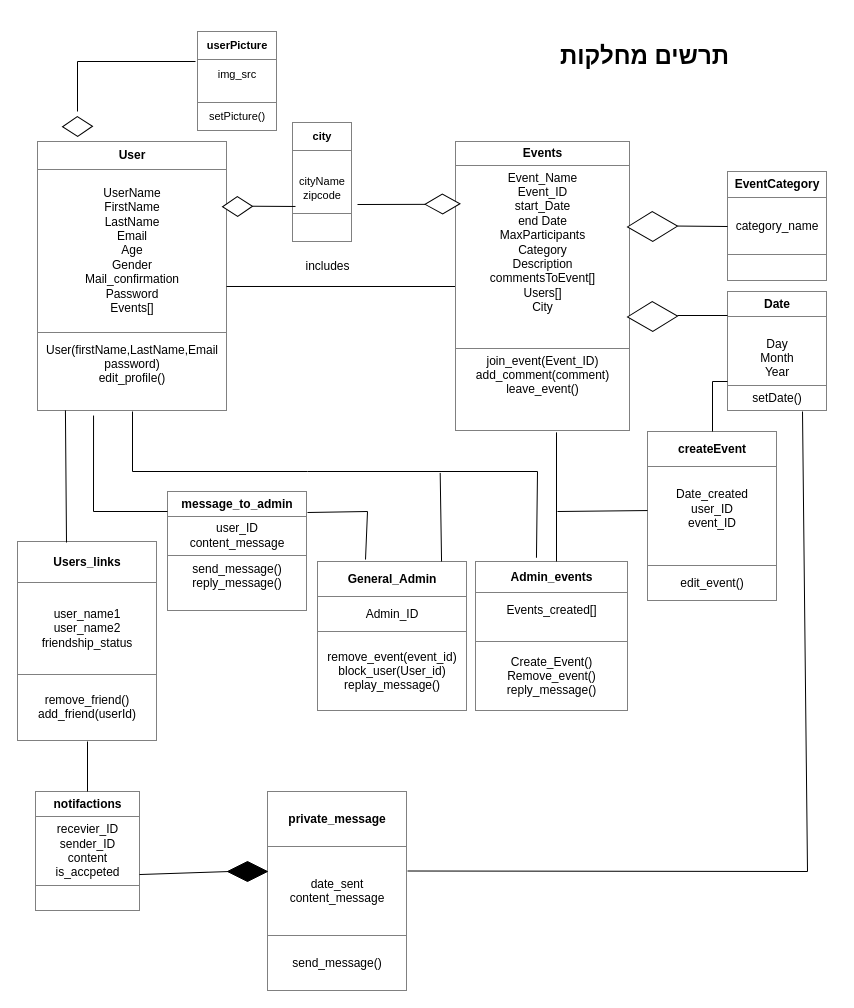
NeoZi12/NeoAndLeon keeps this draw.io diagram as classDiagram.drawio. Above is the earlier version. Source tidied: cells renumbered, new cells numbered last; positions are measured from the earlier drawing's top-left corner, leaving out a move shared by most shapes. Both pictures are drawn from the tidied source at 100%, with x=0, y=0 at pixel (17, 31).
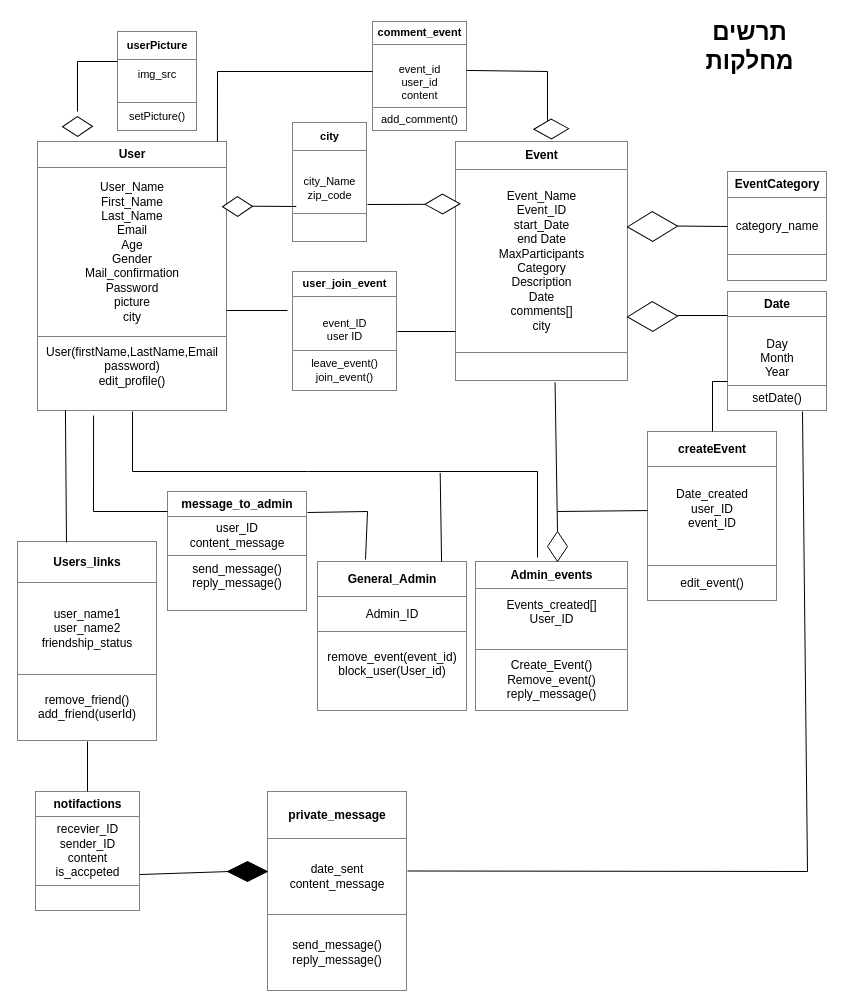
The same diagram, later.

Unchanged cells that the change refers to:
```xml
<mxCell id="13" style="rhombus;whiteSpace=wrap;html=1;rotation=89;" parent="1" vertex="1">
  <mxGeometry x="415" y="155.1" width="20" height="34.9" as="geometry" />
</mxCell>
```

Diff of the diagram source:
```diff
@@
     <mxCell id="2" value="&lt;b&gt;&lt;font style=&quot;font-size: 24px;&quot;&gt;תרשים מחלקות&lt;/font&gt;&lt;/b&gt;" style="text;html=1;align=center;verticalAlign=middle;whiteSpace=wrap;rounded=0;" parent="1" vertex="1">
-      <mxGeometry x="435" y="10" width="385" height="30" as="geometry" />
+      <mxGeometry x="650" width="165" height="30" as="geometry" />
     </mxCell>
-    <mxCell id="3" value="&lt;table border=&quot;1&quot; width=&quot;100%&quot; height=&quot;100%&quot; cellpadding=&quot;4&quot; style=&quot;width:100%;height:100%;border-collapse:collapse;&quot;&gt;&lt;tbody&gt;&lt;tr&gt;&lt;th align=&quot;center&quot;&gt;User&lt;/th&gt;&lt;/tr&gt;&lt;tr&gt;&lt;td align=&quot;center&quot;&gt;UserName&lt;br&gt;FirstName&lt;br&gt;LastName&lt;br&gt;Email&lt;br&gt;Age&lt;br&gt;Gender&lt;br&gt;Mail_confirmation&lt;br&gt;Password&lt;br&gt;Events[]&lt;/td&gt;&lt;/tr&gt;&lt;tr&gt;&lt;td align=&quot;center&quot;&gt;User(firstName,LastName,Email&lt;br&gt;password)&lt;br&gt;edit_profile()&lt;br&gt;&lt;br&gt;&lt;/td&gt;&lt;/tr&gt;&lt;/tbody&gt;&lt;/table&gt;" style="text;html=1;whiteSpace=wrap;strokeColor=none;fillColor=none;overflow=fill;" parent="1" vertex="1">
+    <mxCell id="3" value="&lt;table border=&quot;1&quot; width=&quot;100%&quot; height=&quot;100%&quot; cellpadding=&quot;4&quot; style=&quot;width:100%;height:100%;border-collapse:collapse;&quot;&gt;&lt;tbody&gt;&lt;tr&gt;&lt;th align=&quot;center&quot;&gt;User&lt;/th&gt;&lt;/tr&gt;&lt;tr&gt;&lt;td align=&quot;center&quot;&gt;User_Name&lt;br&gt;First_Name&lt;br&gt;Last_Name&lt;br&gt;Email&lt;br&gt;Age&lt;br&gt;Gender&lt;br&gt;Mail_confirmation&lt;br&gt;Password&lt;br&gt;picture&lt;br&gt;city&lt;/td&gt;&lt;/tr&gt;&lt;tr&gt;&lt;td align=&quot;center&quot;&gt;User(firstName,LastName,Email&lt;br&gt;password)&lt;br&gt;edit_profile()&lt;br&gt;&lt;br&gt;&lt;/td&gt;&lt;/tr&gt;&lt;/tbody&gt;&lt;/table&gt;" style="text;html=1;whiteSpace=wrap;strokeColor=none;fillColor=none;overflow=fill;" parent="1" vertex="1">
       <mxGeometry x="20" y="110" width="190" height="270" as="geometry" />
     </mxCell>
-    <mxCell id="4" value="&lt;table border=&quot;1&quot; width=&quot;100%&quot; height=&quot;100%&quot; cellpadding=&quot;4&quot; style=&quot;width:100%;height:100%;border-collapse:collapse;&quot;&gt;&lt;tbody&gt;&lt;tr&gt;&lt;th align=&quot;center&quot;&gt;Admin_events&lt;/th&gt;&lt;/tr&gt;&lt;tr&gt;&lt;td align=&quot;center&quot;&gt;Events_created[]&lt;br&gt;&lt;br&gt;&lt;/td&gt;&lt;/tr&gt;&lt;tr&gt;&lt;td align=&quot;center&quot;&gt;Create_Event()&lt;br&gt;Remove_event()&lt;br&gt;reply_message()&lt;/td&gt;&lt;/tr&gt;&lt;/tbody&gt;&lt;/table&gt;" style="text;html=1;whiteSpace=wrap;strokeColor=none;fillColor=none;overflow=fill;" parent="1" vertex="1">
+    <mxCell id="4" value="&lt;table border=&quot;1&quot; width=&quot;100%&quot; height=&quot;100%&quot; cellpadding=&quot;4&quot; style=&quot;width:100%;height:100%;border-collapse:collapse;&quot;&gt;&lt;tbody&gt;&lt;tr&gt;&lt;th align=&quot;center&quot;&gt;Admin_events&lt;/th&gt;&lt;/tr&gt;&lt;tr&gt;&lt;td align=&quot;center&quot;&gt;Events_created[]&lt;br&gt;User_ID&lt;br&gt;&lt;br&gt;&lt;/td&gt;&lt;/tr&gt;&lt;tr&gt;&lt;td align=&quot;center&quot;&gt;Create_Event()&lt;br&gt;Remove_event()&lt;br&gt;reply_message()&lt;/td&gt;&lt;/tr&gt;&lt;/tbody&gt;&lt;/table&gt;" style="text;html=1;whiteSpace=wrap;strokeColor=none;fillColor=none;overflow=fill;" parent="1" vertex="1">
       <mxGeometry x="457.5" y="530" width="152.5" height="150" as="geometry" />
     </mxCell>
-    <mxCell id="5" value="&lt;table border=&quot;1&quot; width=&quot;100%&quot; height=&quot;100%&quot; cellpadding=&quot;4&quot; style=&quot;width:100%;height:100%;border-collapse:collapse;&quot;&gt;&lt;tbody&gt;&lt;tr&gt;&lt;th align=&quot;center&quot;&gt;Events&lt;/th&gt;&lt;/tr&gt;&lt;tr&gt;&lt;td align=&quot;center&quot;&gt;Event_Name&lt;br&gt;Event_ID&lt;br&gt;start_Date&lt;br&gt;end Date&lt;br&gt;MaxParticipants&lt;br&gt;Category&lt;br&gt;Description&lt;br&gt;commentsToEvent[]&lt;br&gt;Users[]&lt;br&gt;City&lt;br&gt;&lt;br&gt;&lt;br&gt;&lt;/td&gt;&lt;/tr&gt;&lt;tr&gt;&lt;td align=&quot;center&quot;&gt;join_event(Event_ID)&lt;br&gt;add_comment(comment)&lt;br&gt;leave_event()&lt;br&gt;&lt;br&gt;&lt;br&gt;&lt;/td&gt;&lt;/tr&gt;&lt;/tbody&gt;&lt;/table&gt;" style="text;html=1;whiteSpace=wrap;strokeColor=none;fillColor=none;overflow=fill;" parent="1" vertex="1">
-      <mxGeometry x="437.5" y="110" width="175" height="290" as="geometry" />
+    <mxCell id="5" value="&lt;table border=&quot;1&quot; width=&quot;100%&quot; height=&quot;100%&quot; cellpadding=&quot;4&quot; style=&quot;width:100%;height:100%;border-collapse:collapse;&quot;&gt;&lt;tbody&gt;&lt;tr&gt;&lt;th align=&quot;center&quot;&gt;Event&lt;/th&gt;&lt;/tr&gt;&lt;tr&gt;&lt;td align=&quot;center&quot;&gt;Event_Name&lt;br&gt;Event_ID&lt;br&gt;start_Date&lt;br&gt;end Date&lt;br&gt;MaxParticipants&lt;br&gt;Category&lt;br&gt;Description&lt;br&gt;Date&lt;br&gt;comments[]&lt;br&gt;city&lt;/td&gt;&lt;/tr&gt;&lt;tr&gt;&lt;td align=&quot;center&quot;&gt;&lt;br&gt;&lt;/td&gt;&lt;/tr&gt;&lt;/tbody&gt;&lt;/table&gt;" style="text;html=1;whiteSpace=wrap;strokeColor=none;fillColor=none;overflow=fill;" parent="1" vertex="1">
+      <mxGeometry x="437.5" y="110" width="172.5" height="240" as="geometry" />
     </mxCell>
-    <mxCell id="6" value="&lt;table border=&quot;1&quot; width=&quot;100%&quot; height=&quot;100%&quot; cellpadding=&quot;4&quot; style=&quot;width:100%;height:100%;border-collapse:collapse;&quot;&gt;&lt;tbody&gt;&lt;tr&gt;&lt;th align=&quot;center&quot;&gt;General_Admin&lt;/th&gt;&lt;/tr&gt;&lt;tr&gt;&lt;td align=&quot;center&quot;&gt;Admin_ID&lt;/td&gt;&lt;/tr&gt;&lt;tr&gt;&lt;td align=&quot;center&quot;&gt;remove_event(event_id)&lt;br&gt;block_user(User_id)&lt;br&gt;replay_message()&lt;/td&gt;&lt;/tr&gt;&lt;/tbody&gt;&lt;/table&gt;" style="text;html=1;whiteSpace=wrap;strokeColor=none;fillColor=none;overflow=fill;" parent="1" vertex="1">
+    <mxCell id="6" value="&lt;table border=&quot;1&quot; width=&quot;100%&quot; height=&quot;100%&quot; cellpadding=&quot;4&quot; style=&quot;width:100%;height:100%;border-collapse:collapse;&quot;&gt;&lt;tbody&gt;&lt;tr&gt;&lt;th align=&quot;center&quot;&gt;General_Admin&lt;/th&gt;&lt;/tr&gt;&lt;tr&gt;&lt;td align=&quot;center&quot;&gt;Admin_ID&lt;/td&gt;&lt;/tr&gt;&lt;tr&gt;&lt;td align=&quot;center&quot;&gt;remove_event(event_id)&lt;br&gt;block_user(User_id)&lt;br&gt;&lt;br&gt;&lt;/td&gt;&lt;/tr&gt;&lt;/tbody&gt;&lt;/table&gt;" style="text;html=1;whiteSpace=wrap;strokeColor=none;fillColor=none;overflow=fill;" parent="1" vertex="1">
       <mxGeometry x="300" y="530" width="150" height="150" as="geometry" />
     </mxCell>
-    <mxCell id="7" value="includes" style="text;html=1;align=center;verticalAlign=middle;strokeColor=none;fillColor=none;" parent="1" vertex="1">
-      <mxGeometry x="275" y="220" width="70" height="30" as="geometry" />
-    </mxCell>
-    <mxCell id="8" style="endArrow=none;html=1;rounded=0;entryX=0;entryY=0.5;entryDx=0;entryDy=0;exitX=0.995;exitY=0.537;exitDx=0;exitDy=0;exitPerimeter=0;" parent="1" edge="1" source="3" target="5">
-      <mxGeometry relative="1" as="geometry" />
+    <mxCell id="8" style="endArrow=none;html=1;rounded=0;exitX=1;exitY=0.5;exitDx=0;exitDy=0;" parent="1" edge="1" source="41">
+      <mxGeometry relative="1" as="geometry">
+        <mxPoint x="438" y="300" as="targetPoint" />
+      </mxGeometry>
     </mxCell>
@@
-    <mxCell id="10" value="&lt;table style=&quot;width:100%;height:100%;border-collapse:collapse;&quot; cellpadding=&quot;4&quot; height=&quot;100%&quot; width=&quot;100%&quot; border=&quot;1&quot;&gt;&lt;tbody&gt;&lt;tr&gt;&lt;th align=&quot;center&quot;&gt;city&lt;/th&gt;&lt;/tr&gt;&lt;tr&gt;&lt;td align=&quot;center&quot;&gt;&lt;br&gt;cityName&lt;br&gt;zipcode&lt;br&gt;&lt;/td&gt;&lt;/tr&gt;&lt;tr&gt;&lt;td align=&quot;center&quot;&gt;&lt;br&gt;&lt;/td&gt;&lt;/tr&gt;&lt;/tbody&gt;&lt;/table&gt;" style="text;html=1;whiteSpace=wrap;strokeColor=none;fillColor=none;overflow=fill;fontSize=11;" parent="1" vertex="1">
-      <mxGeometry x="275" y="90.5" width="60" height="120" as="geometry" />
+    <mxCell id="10" value="&lt;table style=&quot;width:100%;height:100%;border-collapse:collapse;&quot; cellpadding=&quot;4&quot; height=&quot;100%&quot; width=&quot;100%&quot; border=&quot;1&quot;&gt;&lt;tbody&gt;&lt;tr&gt;&lt;th align=&quot;center&quot;&gt;city&lt;/th&gt;&lt;/tr&gt;&lt;tr&gt;&lt;td align=&quot;center&quot;&gt;&lt;br&gt;city_Name&lt;br&gt;zip_code&lt;br&gt;&lt;/td&gt;&lt;/tr&gt;&lt;tr&gt;&lt;td align=&quot;center&quot;&gt;&lt;br&gt;&lt;/td&gt;&lt;/tr&gt;&lt;/tbody&gt;&lt;/table&gt;" style="text;html=1;whiteSpace=wrap;strokeColor=none;fillColor=none;overflow=fill;fontSize=11;" parent="1" vertex="1">
+      <mxGeometry x="275" y="90.5" width="75" height="120" as="geometry" />
     </mxCell>
@@
     <mxCell id="16" style="endArrow=none;html=1;rounded=0;entryX=0.5;entryY=1;entryDx=0;entryDy=0;" parent="1" edge="1" target="13">
       <mxGeometry relative="1" as="geometry">
-        <mxPoint x="340" y="173" as="sourcePoint" />
+        <mxPoint x="350" y="173" as="sourcePoint" />
       </mxGeometry>
     </mxCell>
@@
-    <mxCell id="18" value="&lt;table border=&quot;1&quot; width=&quot;100%&quot; height=&quot;100%&quot; cellpadding=&quot;4&quot; style=&quot;width:100%;height:100%;border-collapse:collapse;&quot;&gt;&lt;tbody&gt;&lt;tr&gt;&lt;th align=&quot;center&quot;&gt;private_message&lt;/th&gt;&lt;/tr&gt;&lt;tr&gt;&lt;td align=&quot;center&quot;&gt;date_sent&lt;br&gt;content_message&lt;/td&gt;&lt;/tr&gt;&lt;tr&gt;&lt;td align=&quot;center&quot;&gt;send_message()&lt;/td&gt;&lt;/tr&gt;&lt;/tbody&gt;&lt;/table&gt;" style="text;html=1;whiteSpace=wrap;strokeColor=none;fillColor=none;overflow=fill;" parent="1" vertex="1">
+    <mxCell id="18" value="&lt;table border=&quot;1&quot; width=&quot;100%&quot; height=&quot;100%&quot; cellpadding=&quot;4&quot; style=&quot;width:100%;height:100%;border-collapse:collapse;&quot;&gt;&lt;tbody&gt;&lt;tr&gt;&lt;th align=&quot;center&quot;&gt;private_message&lt;/th&gt;&lt;/tr&gt;&lt;tr&gt;&lt;td align=&quot;center&quot;&gt;date_sent&lt;br&gt;content_message&lt;/td&gt;&lt;/tr&gt;&lt;tr&gt;&lt;td align=&quot;center&quot;&gt;send_message()&lt;br&gt;reply_message()&lt;/td&gt;&lt;/tr&gt;&lt;/tbody&gt;&lt;/table&gt;" style="text;html=1;whiteSpace=wrap;strokeColor=none;fillColor=none;overflow=fill;" parent="1" vertex="1">
       <mxGeometry x="250" y="760" width="140" height="200" as="geometry" />
     </mxCell>
     <mxCell id="19" value="&lt;table style=&quot;width:100%;height:100%;border-collapse:collapse;&quot; cellpadding=&quot;4&quot; height=&quot;100%&quot; width=&quot;100%&quot; border=&quot;1&quot;&gt;&lt;tbody&gt;&lt;tr&gt;&lt;th align=&quot;center&quot;&gt;userPicture&lt;/th&gt;&lt;/tr&gt;&lt;tr&gt;&lt;td align=&quot;center&quot;&gt;img_src&lt;br&gt;&lt;br&gt;&lt;/td&gt;&lt;/tr&gt;&lt;tr&gt;&lt;td align=&quot;center&quot;&gt;setPicture()&lt;/td&gt;&lt;/tr&gt;&lt;/tbody&gt;&lt;/table&gt;" style="text;html=1;whiteSpace=wrap;strokeColor=none;fillColor=none;overflow=fill;fontSize=11;" parent="1" vertex="1">
-      <mxGeometry x="180" width="80" height="100" as="geometry" />
+      <mxGeometry x="100" width="80" height="100" as="geometry" />
     </mxCell>
@@
     <mxCell id="21" style="endArrow=none;html=1;rounded=0;" parent="1" edge="1">
       <mxGeometry relative="1" as="geometry">
-        <mxPoint x="178" y="30" as="sourcePoint" />
+        <mxPoint x="100" y="30" as="sourcePoint" />
         <mxPoint x="60" y="80" as="targetPoint" />
         <Array as="points">
           <mxPoint x="60" y="30" />
         </Array>
       </mxGeometry>
     </mxCell>
@@
     <mxCell id="27" style="endArrow=none;html=1;rounded=0;entryX=0.58;entryY=1.003;entryDx=0;entryDy=0;entryPerimeter=0;" parent="1" edge="1" target="5">
       <mxGeometry relative="1" as="geometry">
-        <mxPoint x="539" y="530" as="sourcePoint" />
+        <mxPoint x="540" y="500" as="sourcePoint" />
       </mxGeometry>
     </mxCell>
@@
-    <mxCell id="29" style="endArrow=none;html=1;rounded=0;entryX=0.5;entryY=1;entryDx=0;entryDy=0;exitX=0.403;exitY=-0.025;exitDx=0;exitDy=0;exitPerimeter=0;" parent="1" edge="1" source="4" target="3">
+    <mxCell id="29" style="endArrow=none;html=1;rounded=0;entryX=0.5;entryY=1;entryDx=0;entryDy=0;" parent="1" edge="1" target="3">
       <mxGeometry relative="1" as="geometry">
+        <mxPoint x="520" y="526" as="sourcePoint" />
         <Array as="points">
           <mxPoint x="520" y="440" />
           <mxPoint x="290" y="440" />
           <mxPoint x="115" y="440" />
         </Array>
       </mxGeometry>
     </mxCell>
@@
+    <mxCell id="40" style="rhombus;whiteSpace=wrap;html=1;rotation=0;" parent="1" vertex="1">
+      <mxGeometry x="530" y="500" width="20" height="30" as="geometry" />
+    </mxCell>
+    <mxCell id="41" value="&lt;table style=&quot;width:100%;height:100%;border-collapse:collapse;&quot; cellpadding=&quot;4&quot; height=&quot;100%&quot; width=&quot;100%&quot; border=&quot;1&quot;&gt;&lt;tbody&gt;&lt;tr&gt;&lt;th align=&quot;center&quot;&gt;user_join_event&lt;/th&gt;&lt;/tr&gt;&lt;tr&gt;&lt;td align=&quot;center&quot;&gt;&lt;br&gt;event_ID&lt;br&gt;user ID&lt;/td&gt;&lt;/tr&gt;&lt;tr&gt;&lt;td align=&quot;center&quot;&gt;leave_event()&lt;br&gt;join_event()&lt;/td&gt;&lt;/tr&gt;&lt;/tbody&gt;&lt;/table&gt;" style="text;html=1;whiteSpace=wrap;strokeColor=none;fillColor=none;overflow=fill;fontSize=11;" parent="1" vertex="1">
+      <mxGeometry x="275" y="240" width="105" height="120" as="geometry" />
+    </mxCell>
+    <mxCell id="42" style="endArrow=none;html=1;rounded=0;entryX=0.995;entryY=0.626;entryDx=0;entryDy=0;entryPerimeter=0;" parent="1" edge="1" target="3">
+      <mxGeometry relative="1" as="geometry">
+        <mxPoint x="270" y="279" as="sourcePoint" />
+      </mxGeometry>
+    </mxCell>
+    <mxCell id="43" value="&lt;table style=&quot;width:100%;height:100%;border-collapse:collapse;&quot; cellpadding=&quot;4&quot; height=&quot;100%&quot; width=&quot;100%&quot; border=&quot;1&quot;&gt;&lt;tbody&gt;&lt;tr&gt;&lt;th align=&quot;center&quot;&gt;comment_event&lt;/th&gt;&lt;/tr&gt;&lt;tr&gt;&lt;td align=&quot;center&quot;&gt;&lt;br&gt;event_id&lt;br&gt;user_id&lt;br&gt;content&lt;br&gt;&lt;/td&gt;&lt;/tr&gt;&lt;tr&gt;&lt;td align=&quot;center&quot;&gt;add_comment()&lt;/td&gt;&lt;/tr&gt;&lt;/tbody&gt;&lt;/table&gt;" style="text;html=1;whiteSpace=wrap;strokeColor=none;fillColor=none;overflow=fill;fontSize=11;" parent="1" vertex="1">
+      <mxGeometry x="355" y="-10" width="95" height="110" as="geometry" />
+    </mxCell>
+    <mxCell id="44" style="endArrow=none;html=1;rounded=0;exitX=0.989;exitY=0.445;exitDx=0;exitDy=0;exitPerimeter=0;" parent="1" edge="1" source="43">
+      <mxGeometry relative="1" as="geometry">
+        <mxPoint x="530" y="90" as="targetPoint" />
+        <Array as="points">
+          <mxPoint x="530" y="40" />
+        </Array>
+      </mxGeometry>
+    </mxCell>
+    <mxCell id="45" style="rhombus;whiteSpace=wrap;html=1;rotation=89;" parent="1" vertex="1">
+      <mxGeometry x="523.8" y="80" width="20" height="34.9" as="geometry" />
+    </mxCell>
+    <mxCell id="46" style="endArrow=none;html=1;rounded=0;exitX=0.947;exitY=0;exitDx=0;exitDy=0;exitPerimeter=0;" parent="1" edge="1" source="3">
+      <mxGeometry relative="1" as="geometry">
+        <mxPoint x="355" y="40" as="targetPoint" />
+        <Array as="points">
+          <mxPoint x="200" y="40" />
+        </Array>
+      </mxGeometry>
+    </mxCell>
```
